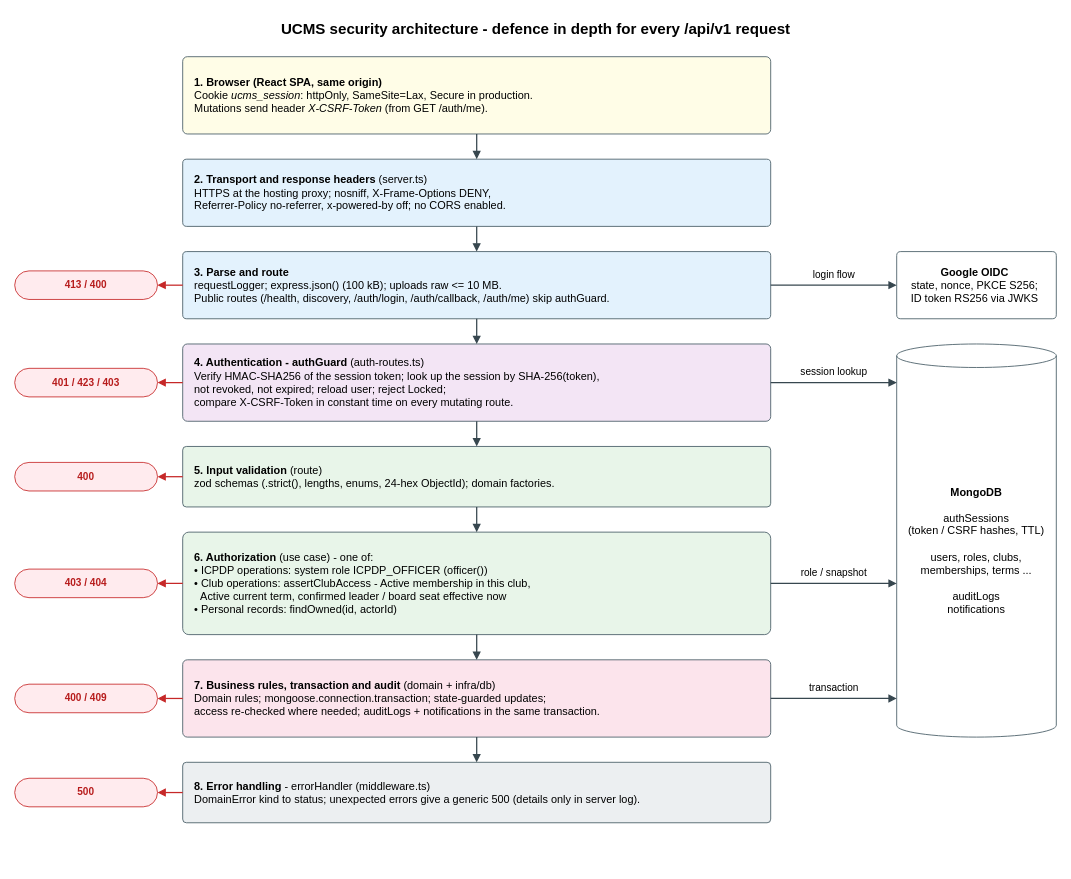
Earlier version of the draw.io diagram docs/03-diagrams/UCMS_Security_Architecture.drawio (nvdekay/ClubManagementSystem). Source tidied: cells renumbered, new cells numbered last; positions are measured from the earlier drawing's top-left corner, leaving out a move shared by most shapes. Both pictures are drawn from the tidied source at 84%, with x=0, y=0 at pixel (14, 14).
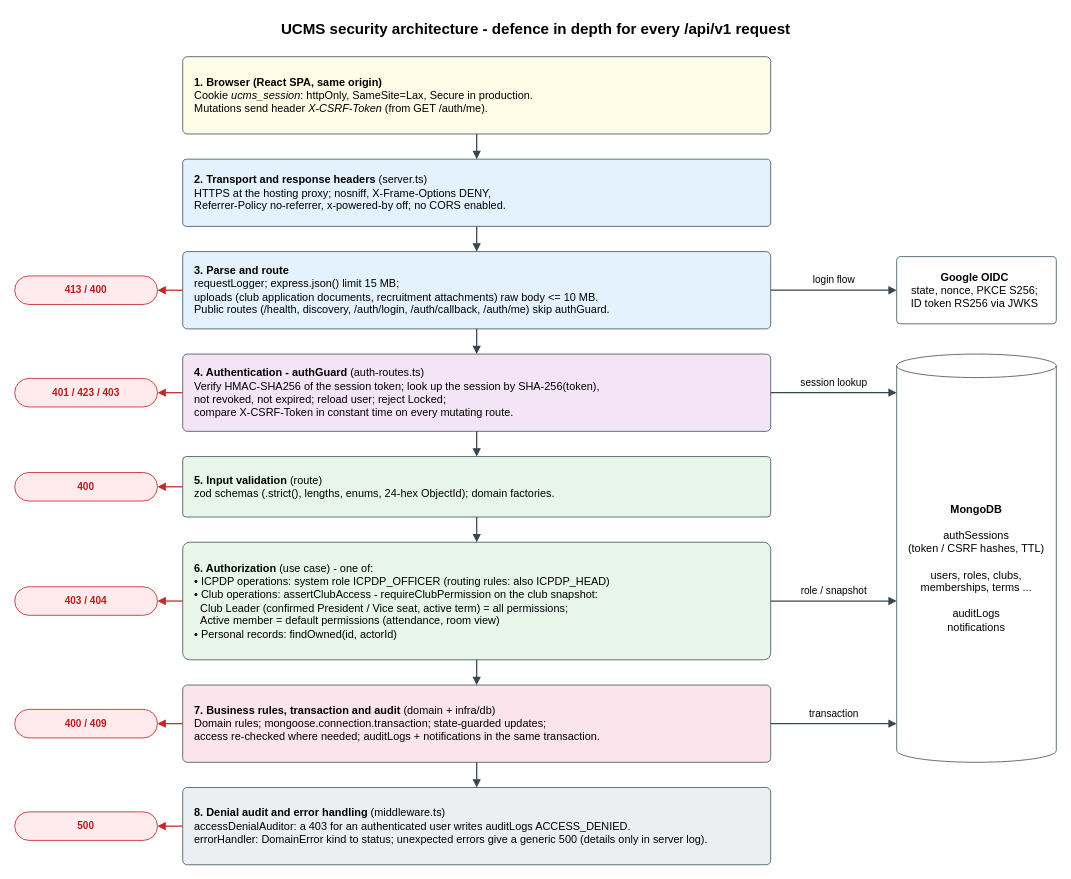
The same diagram, later.

The edit, as a diff of the source:
```diff
@@
-    <mxCell id="6" value="&lt;b&gt;3. Parse and route&lt;/b&gt;&lt;br&gt;requestLogger; express.json() (100 kB); uploads raw &amp;lt;= 10 MB.&lt;br&gt;Public routes (/health, discovery, /auth/login, /auth/callback, /auth/me) skip authGuard." style="rounded=1;arcSize=6;whiteSpace=wrap;html=1;fillColor=#E3F2FD;strokeColor=#455A64;fontSize=13;align=left;verticalAlign=middle;spacingLeft=12;spacingRight=8;" parent="1" vertex="1">
-      <mxGeometry x="200" y="282" width="700" height="80" as="geometry" />
+    <mxCell id="6" value="&lt;b&gt;3. Parse and route&lt;/b&gt;&lt;br&gt;requestLogger; express.json() limit 15 MB;&lt;br&gt;uploads (club application documents, recruitment attachments) raw body &amp;lt;= 10 MB.&lt;br&gt;Public routes (/health, discovery, /auth/login, /auth/callback, /auth/me) skip authGuard." style="rounded=1;arcSize=6;whiteSpace=wrap;html=1;fillColor=#E3F2FD;strokeColor=#455A64;fontSize=13;align=left;verticalAlign=middle;spacingLeft=12;spacingRight=8;" parent="1" vertex="1">
+      <mxGeometry x="200" y="282" width="700" height="92" as="geometry" />
     </mxCell>
     <mxCell id="7" value="413 / 400" style="rounded=1;arcSize=50;whiteSpace=wrap;html=1;fillColor=#FFEBEE;strokeColor=#C62828;fontColor=#B71C1C;fontSize=12;fontStyle=1;" parent="1" vertex="1">
-      <mxGeometry y="305" width="170" height="34" as="geometry" />
+      <mxGeometry y="311" width="170" height="34" as="geometry" />
     </mxCell>
@@
     <mxCell id="10" value="&lt;b&gt;4. Authentication - authGuard&lt;/b&gt; (auth-routes.ts)&lt;br&gt;Verify HMAC-SHA256 of the session token; look up the session by SHA-256(token),&lt;br&gt;not revoked, not expired; reload user; reject Locked;&lt;br&gt;compare X-CSRF-Token in constant time on every mutating route." style="rounded=1;arcSize=6;whiteSpace=wrap;html=1;fillColor=#F3E5F5;strokeColor=#455A64;fontSize=13;align=left;verticalAlign=middle;spacingLeft=12;spacingRight=8;" parent="1" vertex="1">
-      <mxGeometry x="200" y="392" width="700" height="92" as="geometry" />
+      <mxGeometry x="200" y="404" width="700" height="92" as="geometry" />
     </mxCell>
     <mxCell id="11" value="401 / 423 / 403" style="rounded=1;arcSize=50;whiteSpace=wrap;html=1;fillColor=#FFEBEE;strokeColor=#C62828;fontColor=#B71C1C;fontSize=12;fontStyle=1;" parent="1" vertex="1">
-      <mxGeometry y="421" width="170" height="34" as="geometry" />
+      <mxGeometry y="433" width="170" height="34" as="geometry" />
     </mxCell>
@@
     <mxCell id="14" value="&lt;b&gt;5. Input validation&lt;/b&gt; (route)&lt;br&gt;zod schemas (.strict(), lengths, enums, 24-hex ObjectId); domain factories." style="rounded=1;arcSize=6;whiteSpace=wrap;html=1;fillColor=#E8F5E9;strokeColor=#455A64;fontSize=13;align=left;verticalAlign=middle;spacingLeft=12;spacingRight=8;" parent="1" vertex="1">
-      <mxGeometry x="200" y="514" width="700" height="72" as="geometry" />
+      <mxGeometry x="200" y="526" width="700" height="72" as="geometry" />
     </mxCell>
     <mxCell id="15" value="400" style="rounded=1;arcSize=50;whiteSpace=wrap;html=1;fillColor=#FFEBEE;strokeColor=#C62828;fontColor=#B71C1C;fontSize=12;fontStyle=1;" parent="1" vertex="1">
-      <mxGeometry y="533" width="170" height="34" as="geometry" />
+      <mxGeometry y="545" width="170" height="34" as="geometry" />
     </mxCell>
@@
-    <mxCell id="18" value="&lt;b&gt;6. Authorization&lt;/b&gt; (use case) - one of:&lt;br&gt;&amp;#8226; ICPDP operations: system role ICPDP_OFFICER (officer())&lt;br&gt;&amp;#8226; Club operations: assertClubAccess - Active membership in this club,&lt;br&gt;&amp;#160;&amp;#160;Active current term, confirmed leader / board seat effective now&lt;br&gt;&amp;#8226; Personal records: findOwned(id, actorId)" style="rounded=1;arcSize=6;whiteSpace=wrap;html=1;fillColor=#E8F5E9;strokeColor=#455A64;fontSize=13;align=left;verticalAlign=middle;spacingLeft=12;spacingRight=8;" parent="1" vertex="1">
-      <mxGeometry x="200" y="616" width="700" height="122" as="geometry" />
+    <mxCell id="18" value="&lt;b&gt;6. Authorization&lt;/b&gt; (use case) - one of:&lt;br&gt;&amp;#8226; ICPDP operations: system role ICPDP_OFFICER (routing rules: also ICPDP_HEAD)&lt;br&gt;&amp;#8226; Club operations: assertClubAccess - requireClubPermission on the club snapshot:&lt;br&gt;&amp;#160;&amp;#160;Club Leader (confirmed President / Vice seat, active term) = all permissions;&lt;br&gt;&amp;#160;&amp;#160;Active member = default permissions (attendance, room view)&lt;br&gt;&amp;#8226; Personal records: findOwned(id, actorId)" style="rounded=1;arcSize=6;whiteSpace=wrap;html=1;fillColor=#E8F5E9;strokeColor=#455A64;fontSize=13;align=left;verticalAlign=middle;spacingLeft=12;spacingRight=8;" parent="1" vertex="1">
+      <mxGeometry x="200" y="628" width="700" height="140" as="geometry" />
     </mxCell>
     <mxCell id="19" value="403 / 404" style="rounded=1;arcSize=50;whiteSpace=wrap;html=1;fillColor=#FFEBEE;strokeColor=#C62828;fontColor=#B71C1C;fontSize=12;fontStyle=1;" parent="1" vertex="1">
-      <mxGeometry y="660" width="170" height="34" as="geometry" />
+      <mxGeometry y="681" width="170" height="34" as="geometry" />
     </mxCell>
@@
     <mxCell id="22" value="&lt;b&gt;7. Business rules, transaction and audit&lt;/b&gt; (domain + infra/db)&lt;br&gt;Domain rules; mongoose.connection.transaction; state-guarded updates;&lt;br&gt;access re-checked where needed; auditLogs + notifications in the same transaction." style="rounded=1;arcSize=6;whiteSpace=wrap;html=1;fillColor=#FCE4EC;strokeColor=#455A64;fontSize=13;align=left;verticalAlign=middle;spacingLeft=12;spacingRight=8;" parent="1" vertex="1">
-      <mxGeometry x="200" y="768" width="700" height="92" as="geometry" />
+      <mxGeometry x="200" y="798" width="700" height="92" as="geometry" />
     </mxCell>
     <mxCell id="23" value="400 / 409" style="rounded=1;arcSize=50;whiteSpace=wrap;html=1;fillColor=#FFEBEE;strokeColor=#C62828;fontColor=#B71C1C;fontSize=12;fontStyle=1;" parent="1" vertex="1">
-      <mxGeometry y="797" width="170" height="34" as="geometry" />
+      <mxGeometry y="827" width="170" height="34" as="geometry" />
     </mxCell>
@@
-    <mxCell id="26" value="&lt;b&gt;8. Error handling&lt;/b&gt; - errorHandler (middleware.ts)&lt;br&gt;DomainError kind to status; unexpected errors give a generic 500 (details only in server log)." style="rounded=1;arcSize=6;whiteSpace=wrap;html=1;fillColor=#ECEFF1;strokeColor=#455A64;fontSize=13;align=left;verticalAlign=middle;spacingLeft=12;spacingRight=8;" parent="1" vertex="1">
-      <mxGeometry x="200" y="890" width="700" height="72" as="geometry" />
+    <mxCell id="26" value="&lt;b&gt;8. Denial audit and error handling&lt;/b&gt; (middleware.ts)&lt;br&gt;accessDenialAuditor: a 403 for an authenticated user writes auditLogs ACCESS_DENIED.&lt;br&gt;errorHandler: DomainError kind to status; unexpected errors give a generic 500 (details only in server log)." style="rounded=1;arcSize=6;whiteSpace=wrap;html=1;fillColor=#ECEFF1;strokeColor=#455A64;fontSize=13;align=left;verticalAlign=middle;spacingLeft=12;spacingRight=8;" parent="1" vertex="1">
+      <mxGeometry x="200" y="920" width="700" height="92" as="geometry" />
     </mxCell>
     <mxCell id="27" value="500" style="rounded=1;arcSize=50;whiteSpace=wrap;html=1;fillColor=#FFEBEE;strokeColor=#C62828;fontColor=#B71C1C;fontSize=12;fontStyle=1;" parent="1" vertex="1">
-      <mxGeometry y="909" width="170" height="34" as="geometry" />
+      <mxGeometry y="949" width="170" height="34" as="geometry" />
     </mxCell>
@@
     <mxCell id="30" value="&lt;b&gt;Google OIDC&lt;/b&gt;&lt;br&gt;state, nonce, PKCE S256;&lt;br&gt;ID token RS256 via JWKS" style="rounded=1;arcSize=6;whiteSpace=wrap;html=1;fillColor=#FFFFFF;strokeColor=#455A64;fontSize=13;align=left;verticalAlign=middle;spacingLeft=12;spacingRight=8;align=center;spacingLeft=4;" parent="1" vertex="1">
-      <mxGeometry x="1050" y="282" width="190" height="80" as="geometry" />
+      <mxGeometry x="1050" y="288" width="190" height="80" as="geometry" />
     </mxCell>
@@
     <mxCell id="32" value="&lt;b&gt;MongoDB&lt;/b&gt;&lt;br&gt;&lt;br&gt;authSessions&lt;br&gt;(token / CSRF hashes, TTL)&lt;br&gt;&lt;br&gt;users, roles, clubs,&lt;br&gt;memberships, terms ...&lt;br&gt;&lt;br&gt;auditLogs&lt;br&gt;notifications" style="shape=cylinder3;whiteSpace=wrap;html=1;boundedLbl=1;size=14;fillColor=#FFFFFF;strokeColor=#455A64;fontSize=13;" parent="1" vertex="1">
-      <mxGeometry x="1050" y="392" width="190" height="468" as="geometry" />
+      <mxGeometry x="1050" y="404" width="190" height="486" as="geometry" />
     </mxCell>
-    <mxCell id="33" value="session lookup" style="edgeStyle=orthogonalEdgeStyle;rounded=0;html=1;endArrow=block;endFill=1;strokeWidth=1.5;strokeColor=#37474F;fontSize=12;labelBackgroundColor=#FFFFFF;exitX=1;exitY=0.5;exitDx=0;exitDy=0;entryX=0;entryY=0.09829059829059829;entryDx=0;entryDy=0;" parent="1" edge="1" source="10" target="32">
+    <mxCell id="33" value="session lookup" style="edgeStyle=orthogonalEdgeStyle;rounded=0;html=1;endArrow=block;endFill=1;strokeWidth=1.5;strokeColor=#37474F;fontSize=12;labelBackgroundColor=#FFFFFF;exitX=1;exitY=0.5;exitDx=0;exitDy=0;entryX=0;entryY=0.09465020576131687;entryDx=0;entryDy=0;" parent="1" edge="1" source="10" target="32">
       <mxGeometry relative="1" as="geometry">
         <mxPoint y="-12" as="offset" />
       </mxGeometry>
     </mxCell>
-    <mxCell id="34" value="role / snapshot" style="edgeStyle=orthogonalEdgeStyle;rounded=0;html=1;endArrow=block;endFill=1;strokeWidth=1.5;strokeColor=#37474F;fontSize=12;labelBackgroundColor=#FFFFFF;exitX=1;exitY=0.5;exitDx=0;exitDy=0;entryX=0;entryY=0.6089743589743589;entryDx=0;entryDy=0;" parent="1" edge="1" source="18" target="32">
+    <mxCell id="34" value="role / snapshot" style="edgeStyle=orthogonalEdgeStyle;rounded=0;html=1;endArrow=block;endFill=1;strokeWidth=1.5;strokeColor=#37474F;fontSize=12;labelBackgroundColor=#FFFFFF;exitX=1;exitY=0.5;exitDx=0;exitDy=0;entryX=0;entryY=0.6049382716049383;entryDx=0;entryDy=0;" parent="1" edge="1" source="18" target="32">
       <mxGeometry relative="1" as="geometry">
         <mxPoint y="-12" as="offset" />
       </mxGeometry>
     </mxCell>
-    <mxCell id="35" value="transaction" style="edgeStyle=orthogonalEdgeStyle;rounded=0;html=1;endArrow=block;endFill=1;strokeWidth=1.5;strokeColor=#37474F;fontSize=12;labelBackgroundColor=#FFFFFF;exitX=1;exitY=0.5;exitDx=0;exitDy=0;entryX=0;entryY=0.9017094017094017;entryDx=0;entryDy=0;" parent="1" edge="1" source="22" target="32">
+    <mxCell id="35" value="transaction" style="edgeStyle=orthogonalEdgeStyle;rounded=0;html=1;endArrow=block;endFill=1;strokeWidth=1.5;strokeColor=#37474F;fontSize=12;labelBackgroundColor=#FFFFFF;exitX=1;exitY=0.5;exitDx=0;exitDy=0;entryX=0;entryY=0.9053497942386831;entryDx=0;entryDy=0;" parent="1" edge="1" source="22" target="32">
       <mxGeometry relative="1" as="geometry">
         <mxPoint y="-12" as="offset" />
       </mxGeometry>
     </mxCell>
```
